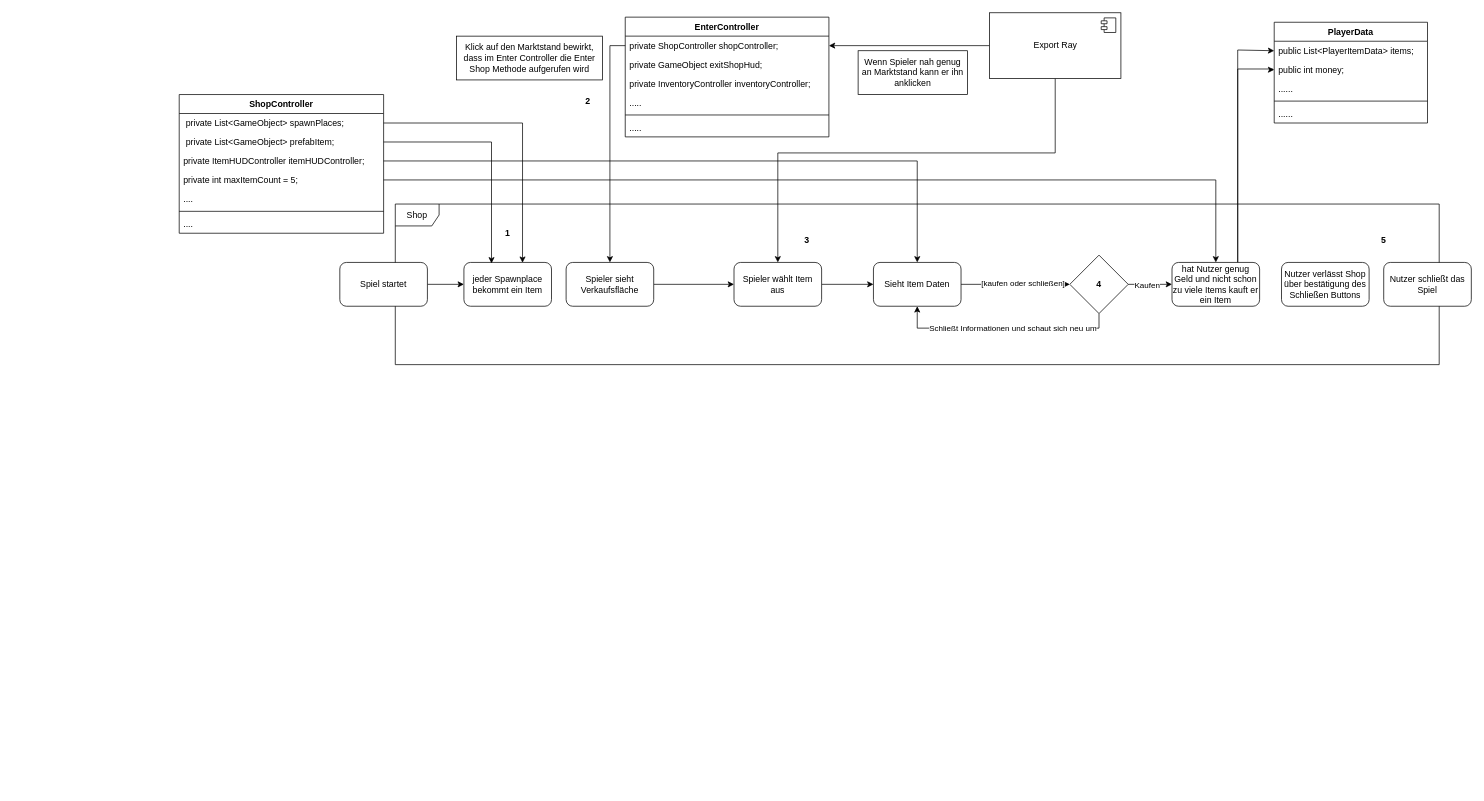
This is Diagramms/Shopsystem.drawio from athaeck/AUREA, a draw.io file, before an edit. Source tidied: cells renumbered, new cells numbered last; positions are measured from the earlier drawing's top-left corner, leaving out a move shared by most shapes. Both pictures are drawn from the tidied source at 73%, with x=0, y=0 at pixel (179, 12).
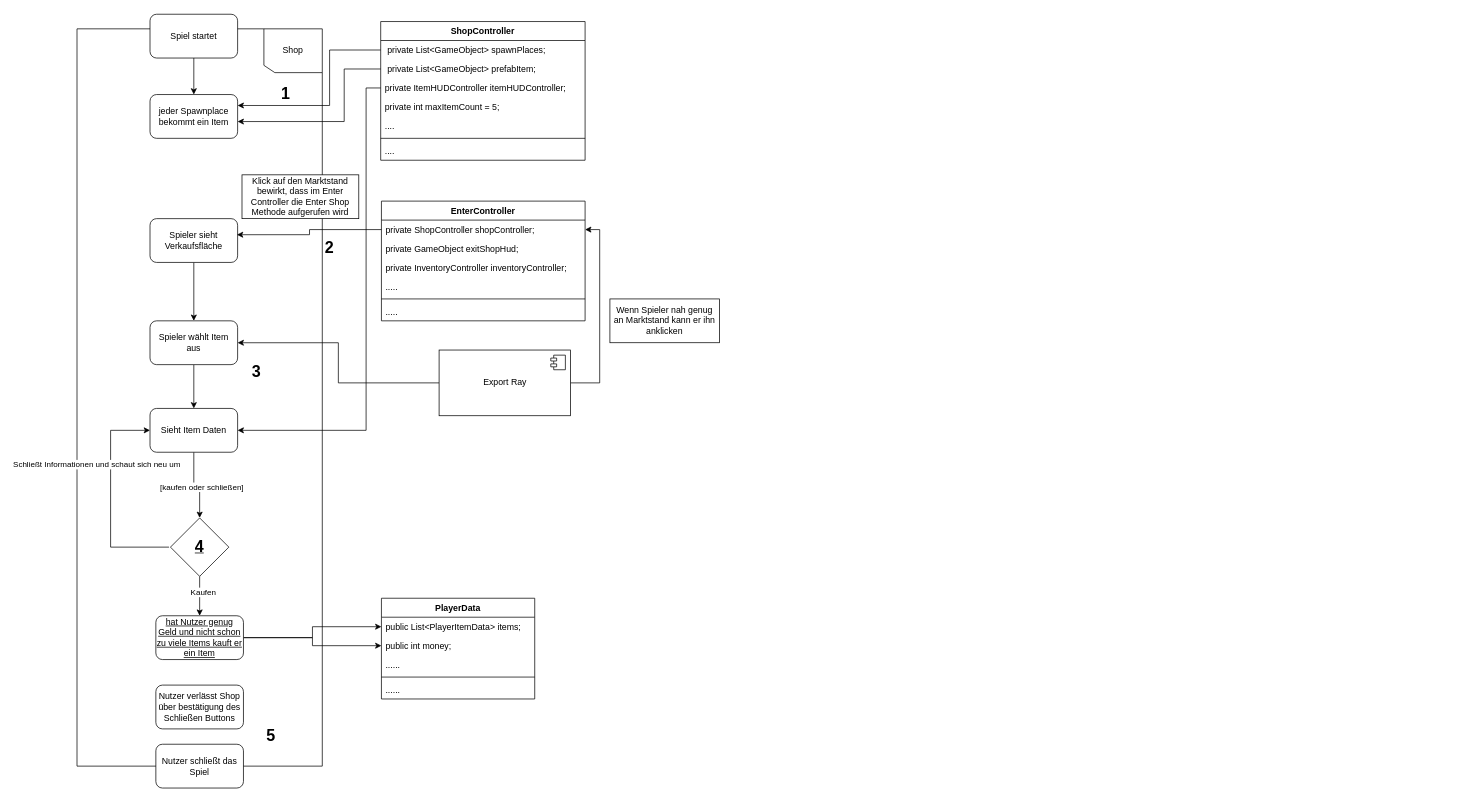
Above is the later version.

The change refers to these unchanged cells:
```xml
<mxCell id="3" value=" private List&lt;GameObject&gt; spawnPlaces;" style="text;strokeColor=none;fillColor=none;align=left;verticalAlign=top;spacingLeft=4;spacingRight=4;overflow=hidden;points=[[0,0.5],[1,0.5]];portConstraint=eastwest;" parent="2" vertex="1">
  <mxGeometry y="26" width="280" height="26" as="geometry" />
</mxCell>
<mxCell id="4" value=" private List&lt;GameObject&gt; prefabItem;" style="text;strokeColor=none;fillColor=none;align=left;verticalAlign=top;spacingLeft=4;spacingRight=4;overflow=hidden;points=[[0,0.5],[1,0.5]];portConstraint=eastwest;" parent="2" vertex="1">
  <mxGeometry y="52" width="280" height="26" as="geometry" />
</mxCell>
<mxCell id="5" value="private ItemHUDController itemHUDController;" style="text;strokeColor=none;fillColor=none;align=left;verticalAlign=top;spacingLeft=4;spacingRight=4;overflow=hidden;points=[[0,0.5],[1,0.5]];portConstraint=eastwest;" parent="2" vertex="1">
  <mxGeometry y="78" width="280" height="26" as="geometry" />
</mxCell>
<mxCell id="6" value="private int maxItemCount = 5;" style="text;strokeColor=none;fillColor=none;align=left;verticalAlign=top;spacingLeft=4;spacingRight=4;overflow=hidden;points=[[0,0.5],[1,0.5]];portConstraint=eastwest;" parent="2" vertex="1">
  <mxGeometry y="104" width="280" height="26" as="geometry" />
</mxCell>
<mxCell id="11" value="private ShopController shopController;" style="text;strokeColor=none;fillColor=none;align=left;verticalAlign=top;spacingLeft=4;spacingRight=4;overflow=hidden;points=[[0,0.5],[1,0.5]];portConstraint=eastwest;" parent="10" vertex="1">
  <mxGeometry y="26" width="279" height="26" as="geometry" />
</mxCell>
<mxCell id="50" value="public List&lt;PlayerItemData&gt; items;" style="text;strokeColor=none;fillColor=none;align=left;verticalAlign=top;spacingLeft=4;spacingRight=4;overflow=hidden;points=[[0,0.5],[1,0.5]];portConstraint=eastwest;" parent="49" vertex="1">
  <mxGeometry y="26" width="210" height="26" as="geometry" />
</mxCell>
<mxCell id="51" value="public int money;" style="text;strokeColor=none;fillColor=none;align=left;verticalAlign=top;spacingLeft=4;spacingRight=4;overflow=hidden;points=[[0,0.5],[1,0.5]];portConstraint=eastwest;" parent="49" vertex="1">
  <mxGeometry y="52" width="210" height="26" as="geometry" />
</mxCell>
```

Diff of the diagram source:
```diff
@@
     <mxCell id="2" value="ShopController" style="swimlane;fontStyle=1;align=center;verticalAlign=top;horizontal=1;startSize=26;" parent="1" vertex="1">
-      <mxGeometry y="112" width="280" height="190" as="geometry" />
+      <mxGeometry x="276" y="12" width="280" height="190" as="geometry" />
     </mxCell>
@@
     <mxCell id="10" value="EnterController" style="swimlane;fontStyle=1;align=center;verticalAlign=top;horizontal=1;startSize=26;" parent="1" vertex="1">
-      <mxGeometry x="611" y="6" width="279" height="164" as="geometry" />
+      <mxGeometry x="277" y="258" width="279" height="164" as="geometry" />
     </mxCell>
@@
     <mxCell id="17" style="edgeStyle=orthogonalEdgeStyle;rounded=0;jettySize=auto;html=1;entryX=1;entryY=0.5;entryDx=0;entryDy=0;" parent="1" edge="1" source="19" target="11">
-      <mxGeometry relative="1" as="geometry" />
+      <mxGeometry relative="1" as="geometry">
+        <Array as="points">
+          <mxPoint x="576" y="507" />
+          <mxPoint x="576" y="297" />
+        </Array>
+      </mxGeometry>
     </mxCell>
-    <mxCell id="18" style="edgeStyle=orthogonalEdgeStyle;rounded=0;jettySize=auto;html=1;exitX=0.5;exitY=1;exitDx=0;exitDy=0;" parent="1" edge="1" source="19" target="32">
-      <mxGeometry relative="1" as="geometry">
-        <Array as="points">
-          <mxPoint x="1200" y="192" />
-          <mxPoint x="820" y="192" />
-        </Array>
-      </mxGeometry>
+    <mxCell id="18" style="edgeStyle=orthogonalEdgeStyle;rounded=0;jettySize=auto;html=1;" parent="1" edge="1" source="19" target="32">
+      <mxGeometry relative="1" as="geometry" />
     </mxCell>
     <mxCell id="19" value="Export Ray" style="html=1;" parent="1" vertex="1">
-      <mxGeometry x="1110" width="180" height="90" as="geometry" />
+      <mxGeometry x="356" y="462" width="180" height="90" as="geometry" />
     </mxCell>
-    <mxCell id="20" style="shape=module;jettyWidth=8;jettyHeight=4;" parent="19" vertex="1">
-      <mxGeometry x="1" width="20" height="20" relative="1" as="geometry">
-        <mxPoint x="-27" y="7" as="offset" />
-      </mxGeometry>
-    </mxCell>
-    <mxCell id="21" value="Shop" style="shape=umlFrame;whiteSpace=wrap;html=1;" parent="1" vertex="1">
-      <mxGeometry x="296" y="262" width="1430" height="220" as="geometry" />
-    </mxCell>
+    <mxCell id="60" style="shape=module;jettyWidth=8;jettyHeight=4;" parent="19" vertex="1">
+      <mxGeometry x="1" width="20" height="20" relative="1" as="geometry">
+        <mxPoint x="-27" y="7" as="offset" />
+      </mxGeometry>
+    </mxCell>
+    <mxCell id="61" style="shape=umlFrame;whiteSpace=wrap;html=1;direction=south;width=60;height=80;" parent="1" vertex="1">
+      <mxGeometry x="-140" y="22" width="336" height="1010" as="geometry" />
+    </mxCell>
@@
     <mxCell id="23" value="Spiel startet" style="rounded=1;whiteSpace=wrap;html=1;" parent="1" vertex="1">
-      <mxGeometry x="220" y="342" width="120" height="60" as="geometry" />
+      <mxGeometry x="-40" y="2" width="120" height="60" as="geometry" />
     </mxCell>
     <mxCell id="24" value="jeder Spawnplace bekommt ein Item" style="rounded=1;whiteSpace=wrap;html=1;" parent="1" vertex="1">
-      <mxGeometry x="390" y="342" width="120" height="60" as="geometry" />
+      <mxGeometry x="-40" y="112" width="120" height="60" as="geometry" />
     </mxCell>
-    <mxCell id="25" style="edgeStyle=orthogonalEdgeStyle;rounded=0;jettySize=auto;html=1;exitX=1;exitY=0.5;exitDx=0;exitDy=0;entryX=0.669;entryY=0.008;entryDx=0;entryDy=0;entryPerimeter=0;" parent="1" edge="1" source="3" target="24">
-      <mxGeometry relative="1" as="geometry" />
-    </mxCell>
-    <mxCell id="26" style="edgeStyle=orthogonalEdgeStyle;rounded=0;jettySize=auto;html=1;exitX=1;exitY=0.5;exitDx=0;exitDy=0;entryX=0.315;entryY=0.022;entryDx=0;entryDy=0;entryPerimeter=0;" parent="1" edge="1" source="4" target="24">
-      <mxGeometry relative="1" as="geometry" />
-    </mxCell>
@@
     <mxCell id="28" value="Spieler sieht Verkaufsfläche" style="rounded=1;whiteSpace=wrap;html=1;" parent="1" vertex="1">
-      <mxGeometry x="530" y="342" width="120" height="60" as="geometry" />
+      <mxGeometry x="-40" y="282" width="120" height="60" as="geometry" />
     </mxCell>
     <mxCell id="29" value="Wenn Spieler nah genug an Marktstand kann er ihn anklicken" style="rounded=0;whiteSpace=wrap;html=1;" parent="1" vertex="1">
-      <mxGeometry x="930" y="52" width="150" height="60" as="geometry" />
+      <mxGeometry x="590" y="392" width="150" height="60" as="geometry" />
     </mxCell>
     <mxCell id="30" value="Klick auf den Marktstand bewirkt, dass im Enter Controller die Enter Shop Methode aufgerufen wird" style="rounded=0;whiteSpace=wrap;html=1;" parent="1" vertex="1">
-      <mxGeometry x="380" y="32" width="200" height="60" as="geometry" />
+      <mxGeometry x="86" y="222" width="160" height="60" as="geometry" />
     </mxCell>
@@
     <mxCell id="32" value="Spieler wählt Item aus" style="rounded=1;whiteSpace=wrap;html=1;" parent="1" vertex="1">
-      <mxGeometry x="760" y="342" width="120" height="60" as="geometry" />
+      <mxGeometry x="-40" y="422" width="120" height="60" as="geometry" />
     </mxCell>
-    <mxCell id="33" style="edgeStyle=orthogonalEdgeStyle;rounded=0;jettySize=auto;html=1;" parent="1" edge="1" source="11" target="28">
-      <mxGeometry relative="1" as="geometry" />
-    </mxCell>
-    <mxCell id="34" style="edgeStyle=orthogonalEdgeStyle;rounded=0;jettySize=auto;html=1;" parent="1" edge="1" source="36" target="42">
-      <mxGeometry relative="1" as="geometry" />
-    </mxCell>
+    <mxCell id="62" style="edgeStyle=orthogonalEdgeStyle;rounded=0;jettySize=auto;html=1;" parent="1" edge="1" source="36" target="64">
+      <mxGeometry relative="1" as="geometry" />
+    </mxCell>
-    <mxCell id="35" value="[kaufen oder schließen]" style="edgeLabel;html=1;align=center;verticalAlign=middle;" parent="34" vertex="1">
+    <mxCell id="35" value="[kaufen oder schließen]" style="edgeLabel;html=1;align=center;verticalAlign=middle;" parent="62" vertex="1">
       <mxGeometry x="0.13" y="2" relative="1" as="geometry" />
     </mxCell>
     <mxCell id="36" value="Sieht Item Daten" style="rounded=1;whiteSpace=wrap;html=1;" parent="1" vertex="1">
-      <mxGeometry x="951" y="342" width="120" height="60" as="geometry" />
+      <mxGeometry x="-40" y="542" width="120" height="60" as="geometry" />
     </mxCell>
-    <mxCell id="37" style="edgeStyle=orthogonalEdgeStyle;rounded=0;jettySize=auto;html=1;" parent="1" edge="1" source="5" target="36">
-      <mxGeometry relative="1" as="geometry" />
-    </mxCell>
-    <mxCell id="38" style="edgeStyle=orthogonalEdgeStyle;rounded=0;jettySize=auto;html=1;" parent="1" edge="1" source="42" target="45">
-      <mxGeometry relative="1" as="geometry">
-        <Array as="points">
-          <mxPoint x="1320" y="372" />
-          <mxPoint x="1320" y="372" />
-        </Array>
-      </mxGeometry>
-    </mxCell>
+    <mxCell id="63" style="edgeStyle=orthogonalEdgeStyle;rounded=0;jettySize=auto;html=1;" parent="1" edge="1" source="64" target="45">
+      <mxGeometry relative="1" as="geometry" />
+    </mxCell>
-    <mxCell id="39" value="Kaufen" style="edgeLabel;html=1;align=center;verticalAlign=middle;" parent="38" vertex="1">
-      <mxGeometry x="-0.17" relative="1" as="geometry" />
+    <mxCell id="39" value="Kaufen" style="edgeLabel;html=1;align=center;verticalAlign=middle;" parent="63" vertex="1">
+      <mxGeometry x="-0.23" y="4" relative="1" as="geometry" />
     </mxCell>
-    <mxCell id="40" style="edgeStyle=orthogonalEdgeStyle;rounded=0;jettySize=auto;html=1;entryX=0.5;entryY=1;entryDx=0;entryDy=0;" parent="1" edge="1" source="42" target="36">
-      <mxGeometry relative="1" as="geometry">
-        <Array as="points">
-          <mxPoint x="1260" y="432" />
-          <mxPoint x="1011" y="432" />
-        </Array>
-      </mxGeometry>
-    </mxCell>
-    <mxCell id="41" value="Schließt Informationen und schaut sich neu um" style="edgeLabel;html=1;align=center;verticalAlign=middle;" parent="40" vertex="1">
-      <mxGeometry x="0.06" relative="1" as="geometry">
-        <mxPoint x="19" as="offset" />
-      </mxGeometry>
-    </mxCell>
-    <mxCell id="42" style="rhombus;whiteSpace=wrap;html=1;" parent="1" vertex="1">
-      <mxGeometry x="1220" y="332" width="80" height="80" as="geometry" />
-    </mxCell>
+    <mxCell id="64" style="rhombus;whiteSpace=wrap;html=1;" parent="1" vertex="1">
+      <mxGeometry x="-12" y="692" width="80" height="80" as="geometry" />
+    </mxCell>
     <mxCell id="43" style="edgeStyle=orthogonalEdgeStyle;rounded=0;jettySize=auto;html=1;entryX=0;entryY=0.5;entryDx=0;entryDy=0;" parent="1" edge="1" source="45" target="50">
-      <mxGeometry relative="1" as="geometry">
-        <Array as="points">
-          <mxPoint x="1450" y="51" />
-        </Array>
-      </mxGeometry>
+      <mxGeometry relative="1" as="geometry" />
     </mxCell>
     <mxCell id="44" style="edgeStyle=orthogonalEdgeStyle;rounded=0;jettySize=auto;html=1;entryX=0;entryY=0.5;entryDx=0;entryDy=0;" parent="1" edge="1" source="45" target="51">
-      <mxGeometry relative="1" as="geometry">
-        <Array as="points">
-          <mxPoint x="1450" y="77" />
-          <mxPoint x="1498" y="77" />
-          <mxPoint x="1498" y="78" />
-        </Array>
-      </mxGeometry>
+      <mxGeometry relative="1" as="geometry" />
     </mxCell>
-    <mxCell id="45" value="hat Nutzer genug Geld und nicht schon zu viele Items kauft er ein Item" style="rounded=1;whiteSpace=wrap;html=1;" parent="1" vertex="1">
-      <mxGeometry x="1360" y="342" width="120" height="60" as="geometry" />
+    <mxCell id="45" value="hat Nutzer genug Geld und nicht schon zu viele Items kauft er ein Item" style="rounded=1;whiteSpace=wrap;html=1;fontStyle=4;" parent="1" vertex="1">
+      <mxGeometry x="-32" y="826" width="120" height="60" as="geometry" />
     </mxCell>
-    <mxCell id="46" style="edgeStyle=orthogonalEdgeStyle;rounded=0;jettySize=auto;html=1;entryX=0.5;entryY=0;entryDx=0;entryDy=0;" parent="1" edge="1" source="6" target="45">
-      <mxGeometry relative="1" as="geometry" />
-    </mxCell>
     <mxCell id="47" value="Nutzer verlässt Shop über bestätigung des Schließen Buttons" style="rounded=1;whiteSpace=wrap;html=1;" parent="1" vertex="1">
-      <mxGeometry x="1510" y="342" width="120" height="60" as="geometry" />
+      <mxGeometry x="-32" y="921" width="120" height="60" as="geometry" />
     </mxCell>
     <mxCell id="48" value="Nutzer schließt das Spiel" style="rounded=1;whiteSpace=wrap;html=1;" parent="1" vertex="1">
-      <mxGeometry x="1650" y="342" width="120" height="60" as="geometry" />
+      <mxGeometry x="-32" y="1002" width="120" height="60" as="geometry" />
     </mxCell>
     <mxCell id="49" value="PlayerData" style="swimlane;fontStyle=1;align=center;verticalAlign=top;horizontal=1;startSize=26;" parent="1" vertex="1">
-      <mxGeometry x="1500" y="13" width="210" height="138" as="geometry" />
+      <mxGeometry x="277" y="802" width="210" height="138" as="geometry" />
     </mxCell>
@@
-    <mxCell id="55" value="&lt;b&gt;1&lt;/b&gt;" style="text;html=1;strokeColor=none;fillColor=none;align=center;verticalAlign=middle;whiteSpace=wrap;rounded=0;sketch=0;" parent="1" vertex="1">
-      <mxGeometry x="430" y="292" width="40" height="20" as="geometry" />
+    <mxCell id="55" value="&lt;b&gt;&lt;font style=&quot;font-size: 22px&quot;&gt;1&lt;/font&gt;&lt;/b&gt;" style="text;html=1;strokeColor=none;fillColor=none;align=center;verticalAlign=middle;whiteSpace=wrap;rounded=0;sketch=0;" parent="1" vertex="1">
+      <mxGeometry x="126" y="102" width="40" height="20" as="geometry" />
     </mxCell>
-    <mxCell id="56" value="&lt;b&gt;2&lt;/b&gt;" style="text;html=1;strokeColor=none;fillColor=none;align=center;verticalAlign=middle;whiteSpace=wrap;rounded=0;sketch=0;" parent="1" vertex="1">
-      <mxGeometry x="540" y="112" width="40" height="20" as="geometry" />
+    <mxCell id="56" value="&lt;b&gt;&lt;font style=&quot;font-size: 22px&quot;&gt;2&lt;/font&gt;&lt;/b&gt;" style="text;html=1;strokeColor=none;fillColor=none;align=center;verticalAlign=middle;whiteSpace=wrap;rounded=0;sketch=0;" parent="1" vertex="1">
+      <mxGeometry x="186" y="312" width="40" height="20" as="geometry" />
     </mxCell>
-    <mxCell id="57" value="&lt;b&gt;3&lt;/b&gt;" style="text;html=1;strokeColor=none;fillColor=none;align=center;verticalAlign=middle;whiteSpace=wrap;rounded=0;sketch=0;" parent="1" vertex="1">
-      <mxGeometry x="840" y="302" width="40" height="20" as="geometry" />
+    <mxCell id="57" value="&lt;b&gt;&lt;font style=&quot;font-size: 22px&quot;&gt;3&lt;/font&gt;&lt;/b&gt;" style="text;html=1;strokeColor=none;fillColor=none;align=center;verticalAlign=middle;whiteSpace=wrap;rounded=0;sketch=0;" parent="1" vertex="1">
+      <mxGeometry x="86" y="482" width="40" height="20" as="geometry" />
     </mxCell>
+    <mxCell id="65" style="edgeStyle=orthogonalEdgeStyle;rounded=0;jettySize=auto;html=1;entryX=0;entryY=0.5;entryDx=0;entryDy=0;" parent="1" edge="1" target="36">
+      <mxGeometry relative="1" as="geometry">
+        <mxPoint x="-14" y="732" as="sourcePoint" />
+        <Array as="points">
+          <mxPoint x="-94" y="732" />
+          <mxPoint x="-94" y="572" />
+        </Array>
+      </mxGeometry>
+    </mxCell>
+    <mxCell id="41" value="Schließt Informationen und schaut sich neu um" style="edgeLabel;html=1;align=center;verticalAlign=middle;" parent="65" vertex="1">
+      <mxGeometry x="0.32" y="-1" relative="1" as="geometry">
+        <mxPoint x="-21" as="offset" />
+      </mxGeometry>
+    </mxCell>
-    <mxCell id="58" value="&lt;b&gt;4&lt;/b&gt;" style="text;html=1;strokeColor=none;fillColor=none;align=center;verticalAlign=middle;whiteSpace=wrap;rounded=0;sketch=0;" parent="1" vertex="1">
-      <mxGeometry x="1240" y="362" width="40" height="20" as="geometry" />
+    <mxCell id="58" value="&lt;b&gt;&lt;font style=&quot;font-size: 22px&quot;&gt;4&lt;/font&gt;&lt;/b&gt;" style="text;html=1;strokeColor=none;fillColor=none;align=center;verticalAlign=middle;whiteSpace=wrap;rounded=0;sketch=0;fontStyle=4;" parent="1" vertex="1">
+      <mxGeometry x="8" y="722" width="40" height="20" as="geometry" />
     </mxCell>
-    <mxCell id="59" value="&lt;b&gt;5&lt;/b&gt;" style="text;html=1;strokeColor=none;fillColor=none;align=center;verticalAlign=middle;whiteSpace=wrap;rounded=0;sketch=0;" parent="1" vertex="1">
-      <mxGeometry x="1630" y="302" width="40" height="20" as="geometry" />
+    <mxCell id="59" value="&lt;b&gt;&lt;font style=&quot;font-size: 22px&quot;&gt;5&lt;/font&gt;&lt;/b&gt;" style="text;html=1;strokeColor=none;fillColor=none;align=center;verticalAlign=middle;whiteSpace=wrap;rounded=0;sketch=0;" parent="1" vertex="1">
+      <mxGeometry x="106" y="981" width="40" height="20" as="geometry" />
     </mxCell>
+    <mxCell id="21" value="Shop" style="text;html=1;strokeColor=none;fillColor=none;align=center;verticalAlign=middle;whiteSpace=wrap;rounded=0;" parent="1" vertex="1">
+      <mxGeometry x="136" y="42" width="40" height="20" as="geometry" />
+    </mxCell>
+    <mxCell id="25" style="edgeStyle=orthogonalEdgeStyle;rounded=0;jettySize=auto;html=1;exitX=0;exitY=0.5;exitDx=0;exitDy=0;entryX=1;entryY=0.25;entryDx=0;entryDy=0;" parent="1" edge="1" source="3" target="24">
+      <mxGeometry relative="1" as="geometry">
+        <Array as="points">
+          <mxPoint x="206" y="51" />
+          <mxPoint x="206" y="127" />
+        </Array>
+      </mxGeometry>
+    </mxCell>
+    <mxCell id="26" style="edgeStyle=orthogonalEdgeStyle;rounded=0;jettySize=auto;html=1;exitX=0;exitY=0.5;exitDx=0;exitDy=0;entryX=1;entryY=0.617;entryDx=0;entryDy=0;entryPerimeter=0;" parent="1" edge="1" source="4" target="24">
+      <mxGeometry relative="1" as="geometry">
+        <Array as="points">
+          <mxPoint x="226" y="77" />
+          <mxPoint x="226" y="149" />
+        </Array>
+      </mxGeometry>
+    </mxCell>
+    <mxCell id="33" style="edgeStyle=orthogonalEdgeStyle;rounded=0;jettySize=auto;html=1;exitX=0;exitY=0.5;exitDx=0;exitDy=0;entryX=0.992;entryY=0.367;entryDx=0;entryDy=0;entryPerimeter=0;" parent="1" edge="1" source="11" target="28">
+      <mxGeometry relative="1" as="geometry" />
+    </mxCell>
+    <mxCell id="37" style="edgeStyle=orthogonalEdgeStyle;rounded=0;jettySize=auto;html=1;exitX=0;exitY=0.5;exitDx=0;exitDy=0;entryX=1;entryY=0.5;entryDx=0;entryDy=0;" parent="1" edge="1" source="5" target="36">
+      <mxGeometry relative="1" as="geometry">
+        <Array as="points">
+          <mxPoint x="256" y="103" />
+          <mxPoint x="256" y="572" />
+        </Array>
+      </mxGeometry>
+    </mxCell>
```
